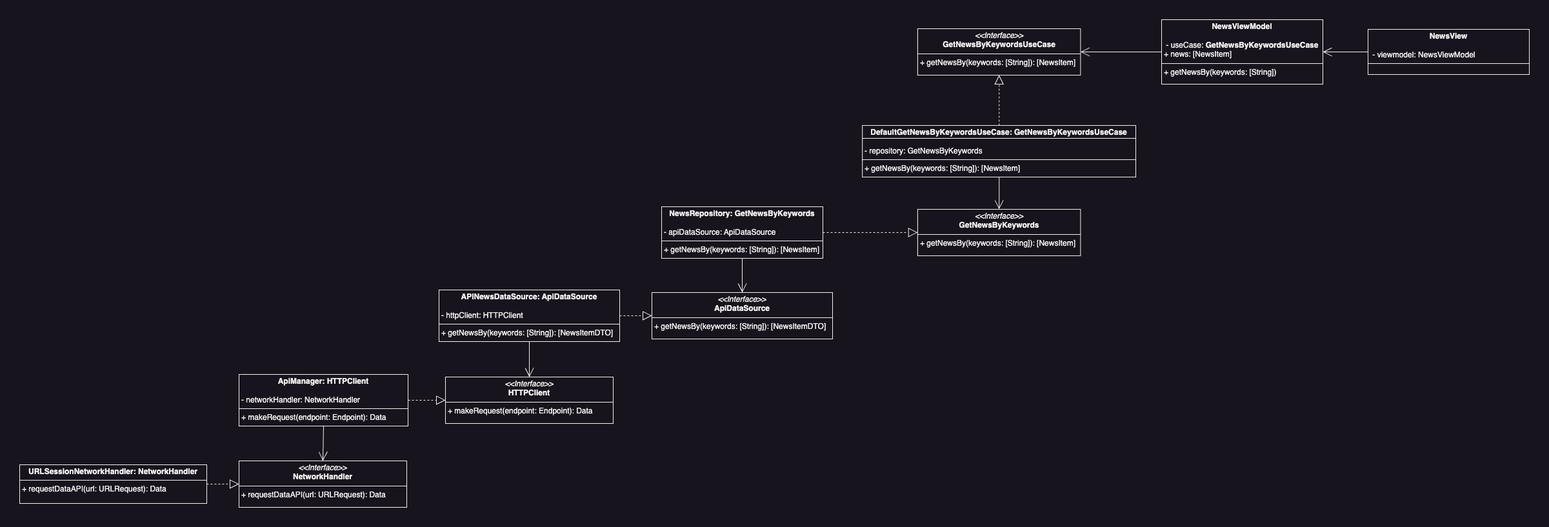
Above: 002_clean_architecture/images/uml1.png in josemortizs/ArticulosTecnicos (draw.io), before the change. Source tidied: cells renumbered, new cells last; positions are measured from the earlier drawing's top-left corner, leaving out a move shared by most shapes.
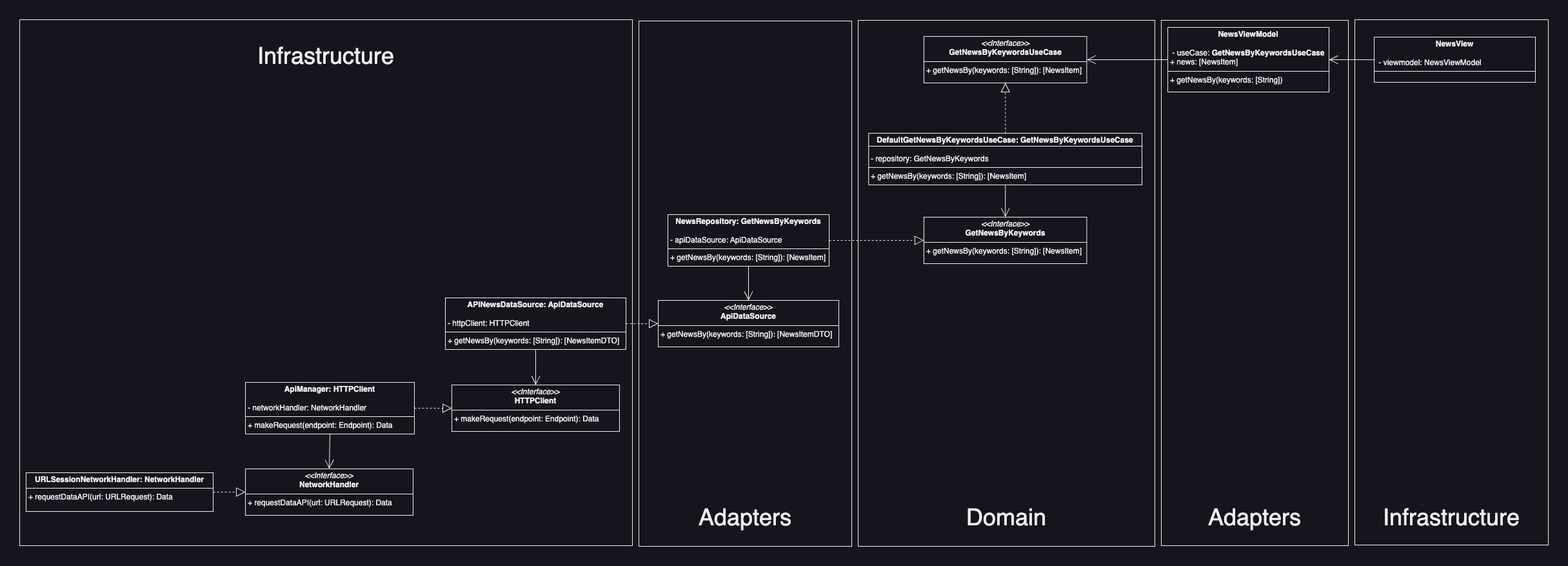
Later version of the same file.

Change to the diagram source:
```diff
@@ -2,6 +2,21 @@
   <root>
     <mxCell id="0" />
     <mxCell id="1" parent="0" />
+    <mxCell id="26" style="rounded=0;whiteSpace=wrap;html=1;" parent="1" vertex="1">
+      <mxGeometry x="2060" y="-12" width="300" height="814" as="geometry" />
+    </mxCell>
+    <mxCell id="27" style="rounded=0;whiteSpace=wrap;html=1;" parent="1" vertex="1">
+      <mxGeometry x="-10" y="-12" width="950" height="815" as="geometry" />
+    </mxCell>
+    <mxCell id="28" style="rounded=0;whiteSpace=wrap;html=1;" parent="1" vertex="1">
+      <mxGeometry x="1760" y="-11" width="290" height="814" as="geometry" />
+    </mxCell>
+    <mxCell id="29" style="rounded=0;whiteSpace=wrap;html=1;" parent="1" vertex="1">
+      <mxGeometry x="950" y="-10" width="330" height="814" as="geometry" />
+    </mxCell>
+    <mxCell id="30" style="rounded=0;whiteSpace=wrap;html=1;" parent="1" vertex="1">
+      <mxGeometry x="1290" y="-11" width="460" height="815" as="geometry" />
+    </mxCell>
     <mxCell id="2" value="&lt;p style=&quot;margin:0px;margin-top:4px;text-align:center;&quot;&gt;&lt;b&gt;DefaultGetNewsByKeywordsUseCase: GetNewsByKeywordsUseCase&lt;/b&gt;&lt;/p&gt;&lt;p style=&quot;margin:0px;margin-left:4px;&quot;&gt;&lt;br&gt;&lt;/p&gt;&lt;p style=&quot;margin:0px;margin-left:4px;&quot;&gt;- repository: GetNewsByKeywords&lt;/p&gt;&lt;hr size=&quot;1&quot; style=&quot;border-style:solid;&quot;&gt;&lt;p style=&quot;margin:0px;margin-left:4px;&quot;&gt;+ getNewsBy(keywords: [String]): [NewsItem]&lt;br&gt;&lt;/p&gt;" style="verticalAlign=top;align=left;overflow=fill;html=1;whiteSpace=wrap;" parent="1" vertex="1">
       <mxGeometry x="1306.2" y="164" width="423.8" height="80" as="geometry" />
     </mxCell>
@@ -74,5 +89,20 @@
     <mxCell id="25" style="endArrow=block;dashed=1;endFill=0;endSize=12;html=1;rounded=0;exitX=0.5;exitY=0;exitDx=0;exitDy=0;entryX=0.5;entryY=1;entryDx=0;entryDy=0;" parent="1" edge="1" source="2" target="24">
       <mxGeometry relative="1" as="geometry" />
     </mxCell>
+    <mxCell id="31" value="&lt;font style=&quot;font-size: 36px;&quot;&gt;Domain&lt;/font&gt;" style="text;html=1;align=center;verticalAlign=middle;whiteSpace=wrap;rounded=0;" parent="1" vertex="1">
+      <mxGeometry x="1300" y="734" width="440" height="50" as="geometry" />
+    </mxCell>
+    <mxCell id="32" value="&lt;font style=&quot;font-size: 36px;&quot;&gt;Adapters&lt;/font&gt;" style="text;html=1;align=center;verticalAlign=middle;whiteSpace=wrap;rounded=0;" parent="1" vertex="1">
+      <mxGeometry x="960" y="734" width="310" height="50" as="geometry" />
+    </mxCell>
+    <mxCell id="33" value="&lt;font style=&quot;font-size: 36px;&quot;&gt;Adapters&lt;/font&gt;" style="text;html=1;align=center;verticalAlign=middle;whiteSpace=wrap;rounded=0;" parent="1" vertex="1">
+      <mxGeometry x="1770" y="734" width="270" height="50" as="geometry" />
+    </mxCell>
+    <mxCell id="34" value="&lt;font style=&quot;font-size: 36px;&quot;&gt;Infrastructure&lt;/font&gt;" style="text;html=1;align=center;verticalAlign=middle;whiteSpace=wrap;rounded=0;" parent="1" vertex="1">
+      <mxGeometry y="15" width="930" height="59" as="geometry" />
+    </mxCell>
+    <mxCell id="35" value="&lt;font style=&quot;font-size: 36px;&quot;&gt;Infrastructure&lt;/font&gt;" style="text;html=1;align=center;verticalAlign=middle;whiteSpace=wrap;rounded=0;" parent="1" vertex="1">
+      <mxGeometry x="2075" y="734" width="270" height="50" as="geometry" />
+    </mxCell>
   </root>
 </mxGraphModel>
```
